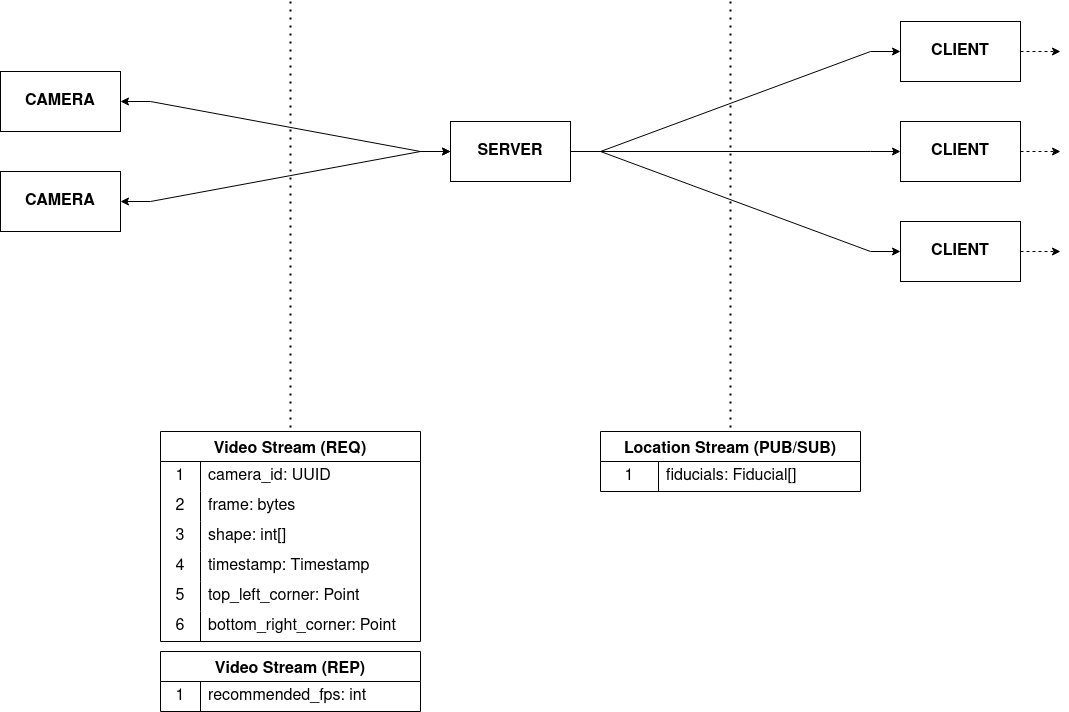
This is res/architecture.png from mahyarmirrashed/fiducial-tracker, a draw.io export, as it was before one commit. Source tidied: cells renumbered, new cells last; positions are measured from the earlier drawing's top-left corner, leaving out a move shared by most shapes.
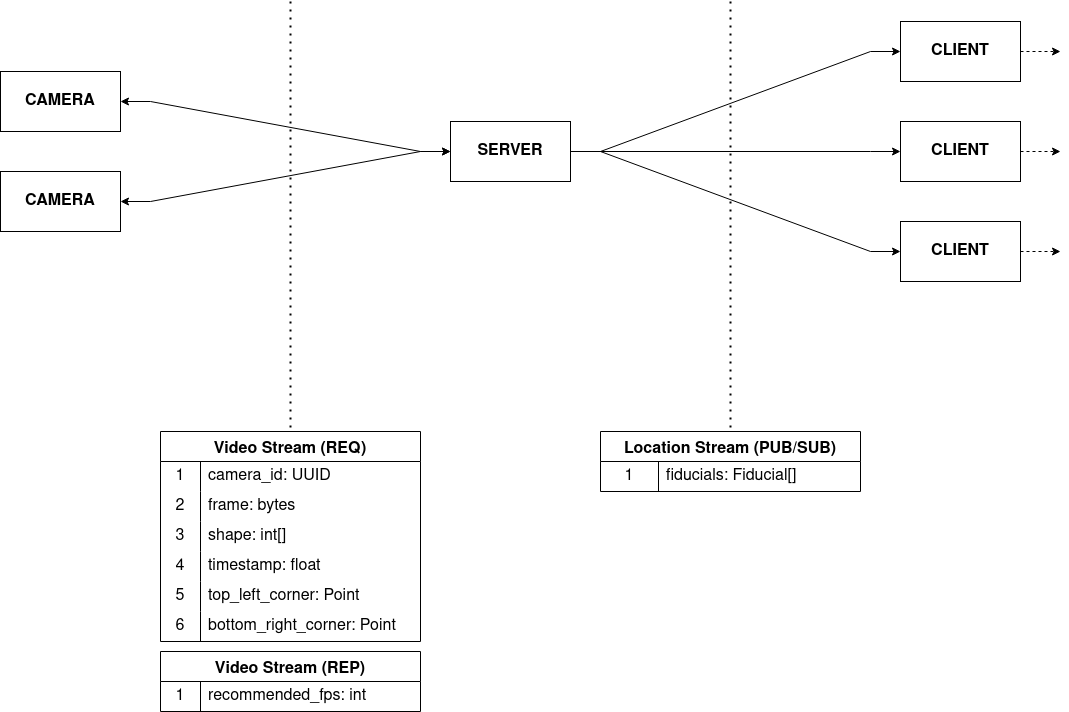
Above is the later version.

Commit message:
chore: update architecture diagrams to reflect new video stream protocol

The edit, as a diff of the source:
```diff
@@ -86,7 +86,7 @@
     <mxCell id="27" value="4" style="shape=partialRectangle;html=1;whiteSpace=wrap;fillColor=none;top=0;left=0;bottom=0;right=0;overflow=hidden;strokeColor=inherit;fontSize=16;" parent="26" vertex="1">
       <mxGeometry width="40" height="30" as="geometry" />
     </mxCell>
-    <mxCell id="28" value="timestamp: Timestamp" style="shape=partialRectangle;html=1;whiteSpace=wrap;fillColor=none;top=0;left=0;bottom=0;right=0;align=left;spacingLeft=6;overflow=hidden;strokeColor=inherit;fontSize=16;" parent="26" vertex="1">
+    <mxCell id="28" value="timestamp: float" style="shape=partialRectangle;html=1;whiteSpace=wrap;fillColor=none;top=0;left=0;bottom=0;right=0;align=left;spacingLeft=6;overflow=hidden;strokeColor=inherit;fontSize=16;" parent="26" vertex="1">
       <mxGeometry x="40" width="220" height="30" as="geometry" />
     </mxCell>
     <mxCell id="29" style="shape=tableRow;horizontal=0;startSize=0;swimlaneHead=0;swimlaneBody=0;top=0;left=0;bottom=0;right=0;fillColor=none;strokeColor=inherit;fontSize=16;" parent="16" vertex="1">
```
